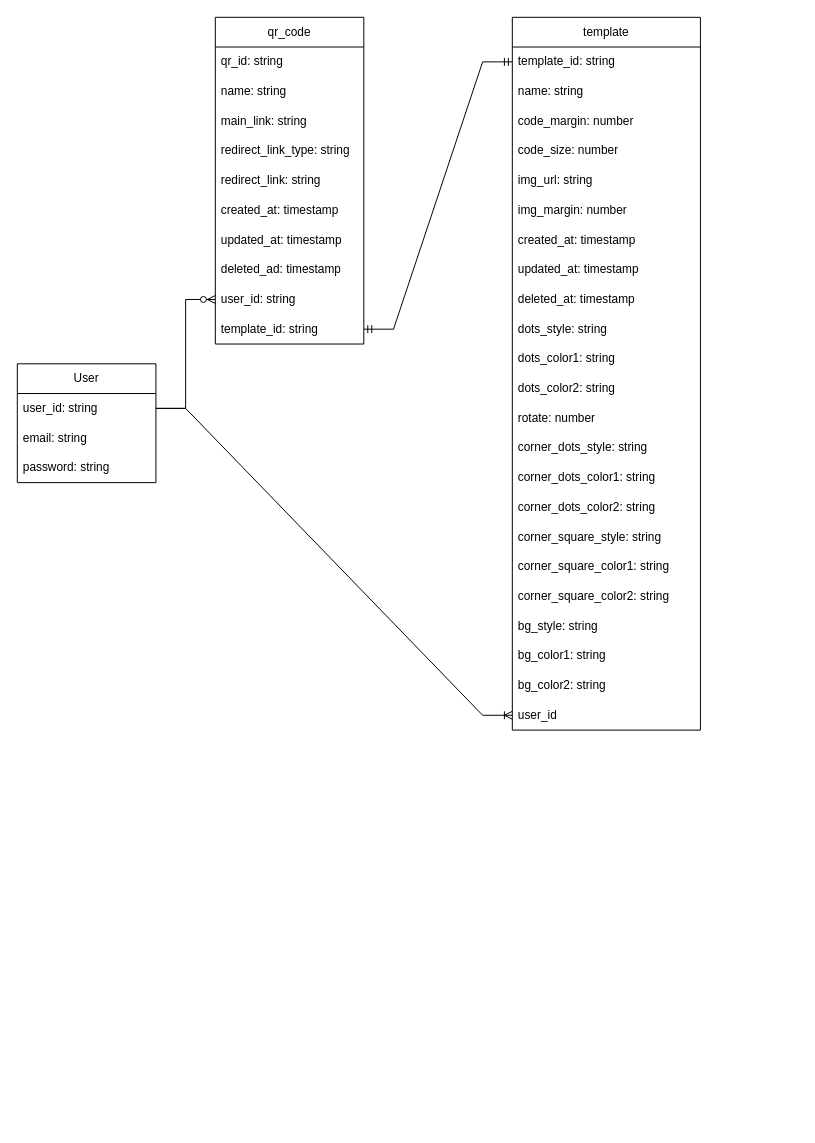
The draw.io diagram Диаграмма без названия.drawio in KlimBirukov/diagrams, before the edit. Source tidied: cells renumbered, new cells numbered last; positions are measured from the earlier drawing's top-left corner, leaving out a move shared by most shapes. Both pictures are drawn from the tidied source at 99%, with x=0, y=0 at pixel (17, 17).
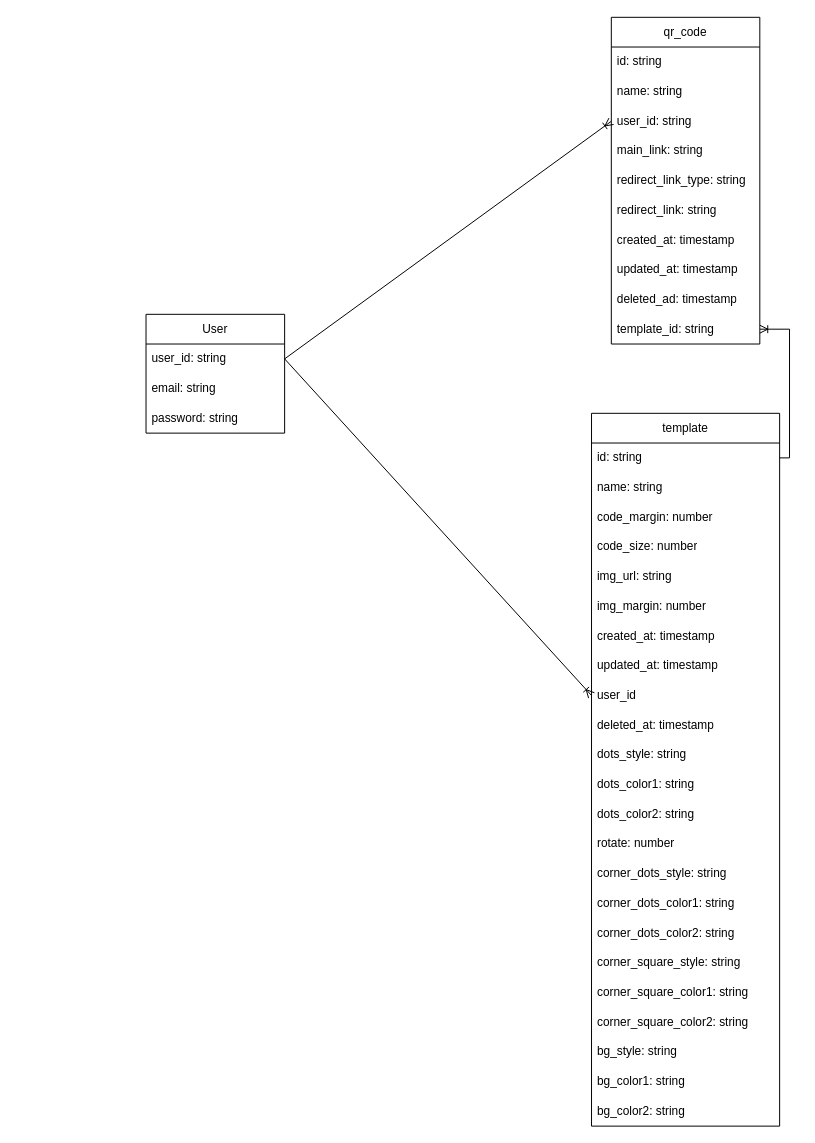
After the change.

Commit message:
Changing the view

Unchanged cells that the change refers to:
```xml
<mxCell id="12" value="template_id: string" style="text;strokeColor=none;fillColor=none;align=left;verticalAlign=middle;spacingLeft=4;spacingRight=4;overflow=hidden;points=[[0,0.5],[1,0.5]];portConstraint=eastwest;whiteSpace=wrap;html=1;" parent="2" vertex="1">
  <mxGeometry y="300" width="150" height="30" as="geometry" />
</mxCell>
<mxCell id="39" value="user_id: string" style="text;strokeColor=none;fillColor=none;align=left;verticalAlign=middle;spacingLeft=4;spacingRight=4;overflow=hidden;points=[[0,0.5],[1,0.5]];portConstraint=eastwest;whiteSpace=wrap;html=1;" parent="38" vertex="1">
  <mxGeometry y="30" width="140" height="30" as="geometry" />
</mxCell>
```

The edit, as a diff of the source:
```diff
@@
     <mxCell id="2" value="qr_code" style="swimlane;fontStyle=0;horizontal=1;startSize=30;whiteSpace=wrap;html=1;" parent="1" vertex="1">
-      <mxGeometry x="200" width="150" height="330" as="geometry" />
+      <mxGeometry x="600" width="150" height="330" as="geometry" />
     </mxCell>
-    <mxCell id="3" value="qr_id: string" style="text;strokeColor=none;fillColor=none;align=left;verticalAlign=middle;spacingLeft=4;spacingRight=4;overflow=hidden;whiteSpace=wrap;html=1;" parent="2" vertex="1">
+    <mxCell id="3" value="id: string" style="text;strokeColor=none;fillColor=none;align=left;verticalAlign=middle;spacingLeft=4;spacingRight=4;overflow=hidden;whiteSpace=wrap;html=1;" parent="2" vertex="1">
       <mxGeometry y="30" width="150" height="30" as="geometry" />
     </mxCell>
@@
+    <mxCell id="11" value="user_id: string" style="text;strokeColor=none;fillColor=none;align=left;verticalAlign=middle;spacingLeft=4;spacingRight=4;overflow=hidden;points=[[0,0.5],[1,0.5]];portConstraint=eastwest;whiteSpace=wrap;html=1;" parent="2" vertex="1">
+      <mxGeometry y="90" width="150" height="30" as="geometry" />
+    </mxCell>
     <mxCell id="5" value="main_link: string" style="text;strokeColor=none;fillColor=none;align=left;verticalAlign=middle;spacingLeft=4;spacingRight=4;overflow=hidden;whiteSpace=wrap;html=1;" parent="2" vertex="1">
-      <mxGeometry y="90" width="150" height="30" as="geometry" />
+      <mxGeometry y="120" width="150" height="30" as="geometry" />
     </mxCell>
     <mxCell id="6" value="redirect_link_type: string" style="text;strokeColor=none;fillColor=none;align=left;verticalAlign=middle;spacingLeft=4;spacingRight=4;overflow=hidden;whiteSpace=wrap;html=1;" parent="2" vertex="1">
-      <mxGeometry y="120" width="150" height="30" as="geometry" />
+      <mxGeometry y="150" width="150" height="30" as="geometry" />
     </mxCell>
     <mxCell id="7" value="redirect_link: string" style="text;strokeColor=none;fillColor=none;align=left;verticalAlign=middle;spacingLeft=4;spacingRight=4;overflow=hidden;whiteSpace=wrap;html=1;" parent="2" vertex="1">
-      <mxGeometry y="150" width="150" height="30" as="geometry" />
+      <mxGeometry y="180" width="150" height="30" as="geometry" />
     </mxCell>
     <mxCell id="8" value="created_at: timestamp" style="text;strokeColor=none;fillColor=none;align=left;verticalAlign=middle;spacingLeft=4;spacingRight=4;overflow=hidden;whiteSpace=wrap;html=1;" parent="2" vertex="1">
-      <mxGeometry y="180" width="150" height="30" as="geometry" />
+      <mxGeometry y="210" width="150" height="30" as="geometry" />
     </mxCell>
     <mxCell id="9" value="updated_at: timestamp" style="text;strokeColor=none;fillColor=none;align=left;verticalAlign=middle;spacingLeft=4;spacingRight=4;overflow=hidden;whiteSpace=wrap;html=1;" parent="2" vertex="1">
-      <mxGeometry y="210" width="150" height="30" as="geometry" />
+      <mxGeometry y="240" width="150" height="30" as="geometry" />
     </mxCell>
     <mxCell id="10" value="deleted_ad: timestamp" style="text;strokeColor=none;fillColor=none;align=left;verticalAlign=middle;spacingLeft=4;spacingRight=4;overflow=hidden;whiteSpace=wrap;html=1;" parent="2" vertex="1">
-      <mxGeometry y="240" width="150" height="30" as="geometry" />
+      <mxGeometry y="270" width="150" height="30" as="geometry" />
     </mxCell>
-    <mxCell id="11" value="user_id: string" style="text;strokeColor=none;fillColor=none;align=left;verticalAlign=middle;spacingLeft=4;spacingRight=4;overflow=hidden;points=[[0,0.5],[1,0.5]];portConstraint=eastwest;whiteSpace=wrap;html=1;" parent="2" vertex="1">
-      <mxGeometry y="270" width="150" height="30" as="geometry" />
-    </mxCell>
@@
     <mxCell id="13" value="template" style="swimlane;fontStyle=0;horizontal=1;startSize=30;whiteSpace=wrap;html=1;" parent="1" vertex="1">
-      <mxGeometry x="500" width="190" height="720" as="geometry" />
+      <mxGeometry x="580" y="400" width="190" height="720" as="geometry" />
     </mxCell>
-    <mxCell id="14" value="template_id: string" style="text;strokeColor=none;fillColor=none;align=left;verticalAlign=middle;spacingLeft=4;spacingRight=4;overflow=hidden;points=[[0,0.5],[1,0.5]];portConstraint=eastwest;whiteSpace=wrap;html=1;" parent="13" vertex="1">
+    <mxCell id="14" value="id: string" style="text;strokeColor=none;fillColor=none;align=left;verticalAlign=middle;spacingLeft=4;spacingRight=4;overflow=hidden;points=[[0,0.5],[1,0.5]];portConstraint=eastwest;whiteSpace=wrap;html=1;" parent="13" vertex="1">
       <mxGeometry y="30" width="190" height="30" as="geometry" />
     </mxCell>
@@
+    <mxCell id="36" value="user_id" style="text;strokeColor=none;fillColor=none;align=left;verticalAlign=middle;spacingLeft=4;spacingRight=4;overflow=hidden;points=[[0,0.5],[1,0.5]];portConstraint=eastwest;whiteSpace=wrap;html=1;" parent="13" vertex="1">
+      <mxGeometry y="270" width="190" height="30" as="geometry" />
+    </mxCell>
     <mxCell id="22" value="deleted_at: timestamp" style="text;strokeColor=none;fillColor=none;align=left;verticalAlign=middle;spacingLeft=4;spacingRight=4;overflow=hidden;whiteSpace=wrap;html=1;" parent="13" vertex="1">
-      <mxGeometry y="270" width="190" height="30" as="geometry" />
+      <mxGeometry y="300" width="190" height="30" as="geometry" />
     </mxCell>
     <mxCell id="23" value="dots_style: string" style="text;strokeColor=none;fillColor=none;align=left;verticalAlign=middle;spacingLeft=4;spacingRight=4;overflow=hidden;whiteSpace=wrap;html=1;" parent="13" vertex="1">
-      <mxGeometry y="300" width="190" height="30" as="geometry" />
+      <mxGeometry y="330" width="190" height="30" as="geometry" />
     </mxCell>
     <mxCell id="24" value="dots_color1: string" style="text;strokeColor=none;fillColor=none;align=left;verticalAlign=middle;spacingLeft=4;spacingRight=4;overflow=hidden;whiteSpace=wrap;html=1;" parent="13" vertex="1">
-      <mxGeometry y="330" width="190" height="30" as="geometry" />
+      <mxGeometry y="360" width="190" height="30" as="geometry" />
     </mxCell>
     <mxCell id="25" value="dots_color2: string" style="text;strokeColor=none;fillColor=none;align=left;verticalAlign=middle;spacingLeft=4;spacingRight=4;overflow=hidden;whiteSpace=wrap;html=1;" parent="13" vertex="1">
-      <mxGeometry y="360" width="190" height="30" as="geometry" />
+      <mxGeometry y="390" width="190" height="30" as="geometry" />
     </mxCell>
     <mxCell id="26" value="rotate: number" style="text;strokeColor=none;fillColor=none;align=left;verticalAlign=middle;spacingLeft=4;spacingRight=4;overflow=hidden;whiteSpace=wrap;html=1;" parent="13" vertex="1">
-      <mxGeometry y="390" width="190" height="30" as="geometry" />
+      <mxGeometry y="420" width="190" height="30" as="geometry" />
     </mxCell>
     <mxCell id="27" value="corner_dots_style: string" style="text;strokeColor=none;fillColor=none;align=left;verticalAlign=middle;spacingLeft=4;spacingRight=4;overflow=hidden;whiteSpace=wrap;html=1;" parent="13" vertex="1">
-      <mxGeometry y="420" width="190" height="30" as="geometry" />
+      <mxGeometry y="450" width="190" height="30" as="geometry" />
     </mxCell>
     <mxCell id="28" value="corner_dots_color1: string" style="text;strokeColor=none;fillColor=none;align=left;verticalAlign=middle;spacingLeft=4;spacingRight=4;overflow=hidden;whiteSpace=wrap;html=1;" parent="13" vertex="1">
-      <mxGeometry y="450" width="190" height="30" as="geometry" />
+      <mxGeometry y="480" width="190" height="30" as="geometry" />
     </mxCell>
     <mxCell id="29" value="corner_dots_color2: string" style="text;strokeColor=none;fillColor=none;align=left;verticalAlign=middle;spacingLeft=4;spacingRight=4;overflow=hidden;whiteSpace=wrap;html=1;" parent="13" vertex="1">
-      <mxGeometry y="480" width="190" height="30" as="geometry" />
+      <mxGeometry y="510" width="190" height="30" as="geometry" />
     </mxCell>
     <mxCell id="30" value="corner_square_style: string" style="text;strokeColor=none;fillColor=none;align=left;verticalAlign=middle;spacingLeft=4;spacingRight=4;overflow=hidden;whiteSpace=wrap;html=1;" parent="13" vertex="1">
-      <mxGeometry y="510" width="190" height="30" as="geometry" />
+      <mxGeometry y="540" width="190" height="30" as="geometry" />
     </mxCell>
     <mxCell id="31" value="corner_square_color1: string" style="text;strokeColor=none;fillColor=none;align=left;verticalAlign=middle;spacingLeft=4;spacingRight=4;overflow=hidden;whiteSpace=wrap;html=1;" parent="13" vertex="1">
-      <mxGeometry y="540" width="190" height="30" as="geometry" />
+      <mxGeometry y="570" width="190" height="30" as="geometry" />
     </mxCell>
     <mxCell id="32" value="corner_square_color2: string" style="text;strokeColor=none;fillColor=none;align=left;verticalAlign=middle;spacingLeft=4;spacingRight=4;overflow=hidden;whiteSpace=wrap;html=1;" parent="13" vertex="1">
-      <mxGeometry y="570" width="190" height="30" as="geometry" />
+      <mxGeometry y="600" width="190" height="30" as="geometry" />
     </mxCell>
     <mxCell id="33" value="bg_style: string" style="text;strokeColor=none;fillColor=none;align=left;verticalAlign=middle;spacingLeft=4;spacingRight=4;overflow=hidden;whiteSpace=wrap;html=1;" parent="13" vertex="1">
-      <mxGeometry y="600" width="190" height="30" as="geometry" />
+      <mxGeometry y="630" width="190" height="30" as="geometry" />
     </mxCell>
     <mxCell id="34" value="bg_color1: string" style="text;strokeColor=none;fillColor=none;align=left;verticalAlign=middle;spacingLeft=4;spacingRight=4;overflow=hidden;whiteSpace=wrap;html=1;" parent="13" vertex="1">
-      <mxGeometry y="630" width="190" height="30" as="geometry" />
+      <mxGeometry y="660" width="190" height="30" as="geometry" />
     </mxCell>
     <mxCell id="35" value="bg_color2: string" style="text;strokeColor=none;fillColor=none;align=left;verticalAlign=middle;spacingLeft=4;spacingRight=4;overflow=hidden;whiteSpace=wrap;html=1;" parent="13" vertex="1">
-      <mxGeometry y="660" width="190" height="30" as="geometry" />
+      <mxGeometry y="690" width="190" height="30" as="geometry" />
     </mxCell>
-    <mxCell id="36" value="user_id" style="text;strokeColor=none;fillColor=none;align=left;verticalAlign=middle;spacingLeft=4;spacingRight=4;overflow=hidden;points=[[0,0.5],[1,0.5]];portConstraint=eastwest;whiteSpace=wrap;html=1;" parent="13" vertex="1">
-      <mxGeometry y="690" width="190" height="30" as="geometry" />
-    </mxCell>
-    <mxCell id="37" style="edgeStyle=entityRelationEdgeStyle;fontSize=12;html=1;endArrow=ERmandOne;startArrow=ERmandOne;rounded=0;entryX=0;entryY=0.5;entryDx=0;entryDy=0;exitX=1;exitY=0.5;exitDx=0;exitDy=0;" parent="1" edge="1" source="12" target="14">
-      <mxGeometry relative="1" as="geometry" />
-    </mxCell>
     <mxCell id="38" value="User" style="swimlane;fontStyle=0;horizontal=1;startSize=30;whiteSpace=wrap;html=1;" parent="1" vertex="1">
-      <mxGeometry y="350" width="140" height="120" as="geometry" />
+      <mxGeometry x="130" y="300" width="140" height="120" as="geometry" />
     </mxCell>
@@
+    <mxCell id="44" style="edgeStyle=orthogonalEdgeStyle;fontSize=12;html=1;endArrow=ERoneToMany;rounded=0;entryX=1;entryY=0.5;entryDx=0;entryDy=0;exitX=1;exitY=0.5;exitDx=0;exitDy=0;" parent="1" edge="1" source="14" target="12">
+      <mxGeometry relative="1" as="geometry" />
+    </mxCell>
-    <mxCell id="42" style="edgeStyle=entityRelationEdgeStyle;fontSize=12;html=1;endArrow=ERzeroToMany;endFill=1;rounded=0;exitX=1;exitY=0.5;exitDx=0;exitDy=0;entryX=0;entryY=0.5;entryDx=0;entryDy=0;" parent="1" edge="1" source="39" target="11">
+    <mxCell id="42" style="fontSize=12;html=1;endArrow=ERoneToMany;rounded=0;exitX=1;exitY=0.5;exitDx=0;exitDy=0;entryX=0;entryY=0.5;entryDx=0;entryDy=0;" parent="1" edge="1" source="39" target="11">
       <mxGeometry relative="1" as="geometry" />
     </mxCell>
-    <mxCell id="43" style="edgeStyle=entityRelationEdgeStyle;fontSize=12;html=1;endArrow=ERoneToMany;rounded=0;exitX=1;exitY=0.5;exitDx=0;exitDy=0;entryX=0;entryY=0.5;entryDx=0;entryDy=0;" parent="1" edge="1" source="39" target="36">
+    <mxCell id="43" style="fontSize=12;html=1;endArrow=ERoneToMany;rounded=0;exitX=1;exitY=0.5;exitDx=0;exitDy=0;entryX=0;entryY=0.5;entryDx=0;entryDy=0;" parent="1" edge="1" source="39" target="36">
       <mxGeometry relative="1" as="geometry" />
     </mxCell>
```
